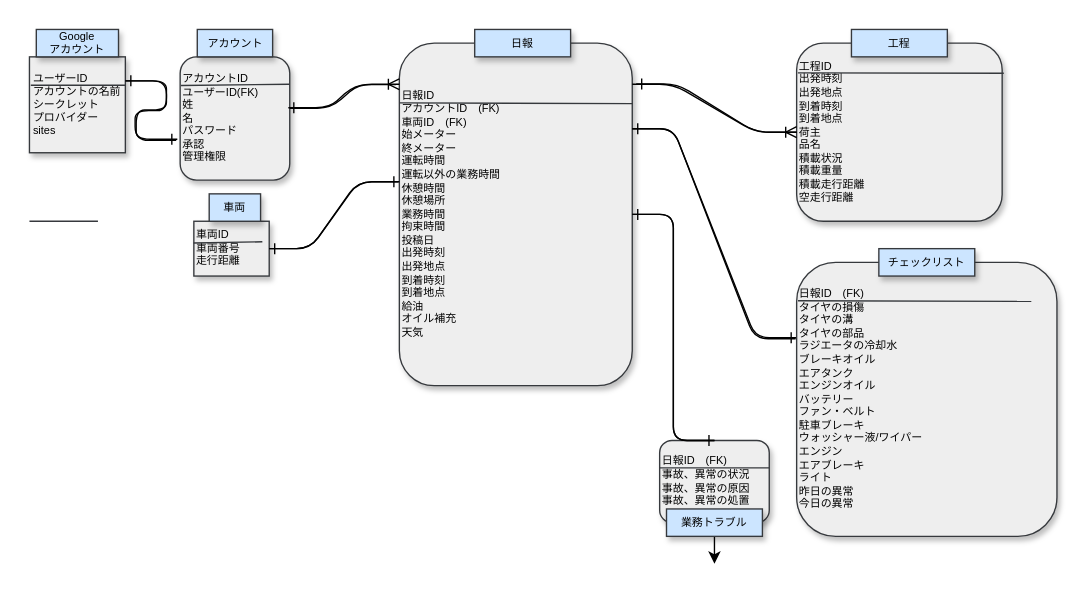
Earlier version of the draw.io diagram docs/ER.dio (bob-g12/dayrepo-for-transportation). Source tidied: cells renumbered, new cells numbered last; positions are measured from the earlier drawing's top-left corner, leaving out a move shared by most shapes. Both pictures are drawn from the tidied source at 137%, with x=0, y=0 at pixel (29, 29).
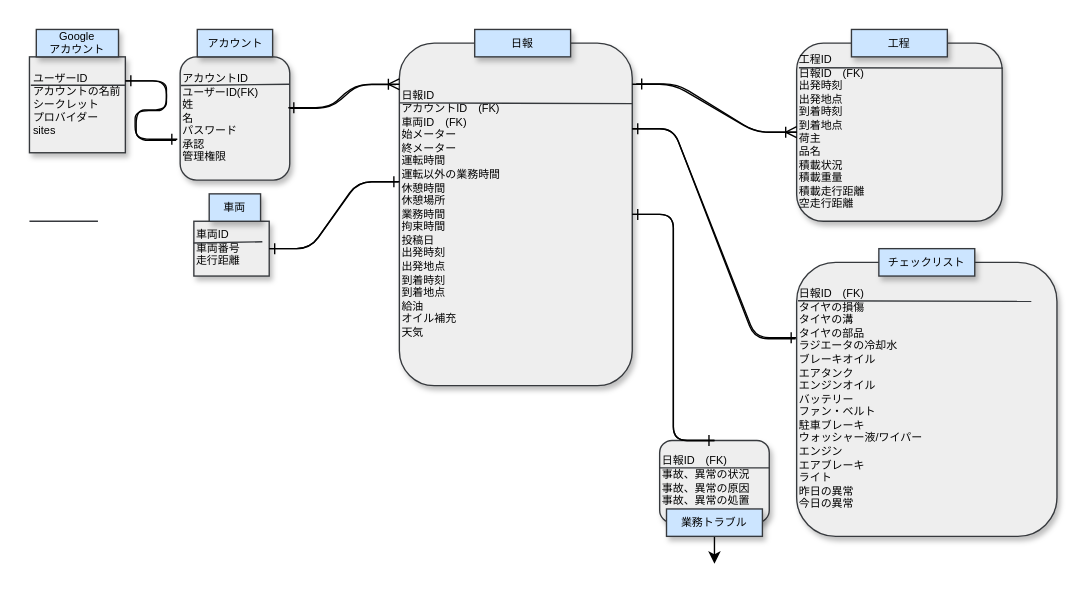
Above is the later version.

Change to the diagram source:
```diff
@@
-    <mxCell id="16" value="工程ID　&lt;br&gt;出発時刻&lt;br&gt;出発地点&lt;br&gt;到着時刻&lt;br&gt;到着地点&lt;br&gt;荷主&lt;br&gt;品名&lt;br&gt;積載状況&lt;br&gt;積載重量&lt;br&gt;積載走行距離&lt;br&gt;空走行距離" style="rounded=1;whiteSpace=wrap;html=1;shadow=1;strokeColor=#36393d;fontFamily=Helvetica;fontSize=8;startSize=0;fillColor=#eeeeee;fontColor=#000000;align=left;" parent="1" vertex="1">
+    <mxCell id="16" value="工程ID&lt;br&gt;日報ID　(FK)　&lt;br&gt;出発時刻&lt;br&gt;出発地点&lt;br&gt;到着時刻&lt;br&gt;到着地点&lt;br&gt;荷主&lt;br&gt;品名&lt;br&gt;積載状況&lt;br&gt;積載重量&lt;br&gt;積載走行距離&lt;br&gt;空走行距離" style="rounded=1;whiteSpace=wrap;html=1;shadow=1;strokeColor=#36393d;fontFamily=Helvetica;fontSize=8;startSize=0;fillColor=#eeeeee;fontColor=#000000;align=left;" parent="1" vertex="1">
       <mxGeometry x="560" y="10" width="150" height="130" as="geometry" />
     </mxCell>
-    <mxCell id="17" style="endArrow=none;html=1;fontFamily=Helvetica;fontSize=8;fontColor=#000000;startSize=0;fillColor=#eeeeee;strokeColor=#36393d;exitX=0.006;exitY=0.167;exitDx=0;exitDy=0;exitPerimeter=0;entryX=1.008;entryY=0.169;entryDx=0;entryDy=0;entryPerimeter=0;" parent="1" edge="1" source="16" target="16">
+    <mxCell id="17" style="endArrow=none;html=1;fontFamily=Helvetica;fontSize=8;fontColor=#000000;startSize=0;fillColor=#eeeeee;strokeColor=#36393d;exitX=0.011;exitY=0.138;exitDx=0;exitDy=0;exitPerimeter=0;entryX=1.004;entryY=0.14;entryDx=0;entryDy=0;entryPerimeter=0;" parent="1" edge="1" source="16" target="16">
       <mxGeometry relative="1" as="geometry" />
     </mxCell>
```
